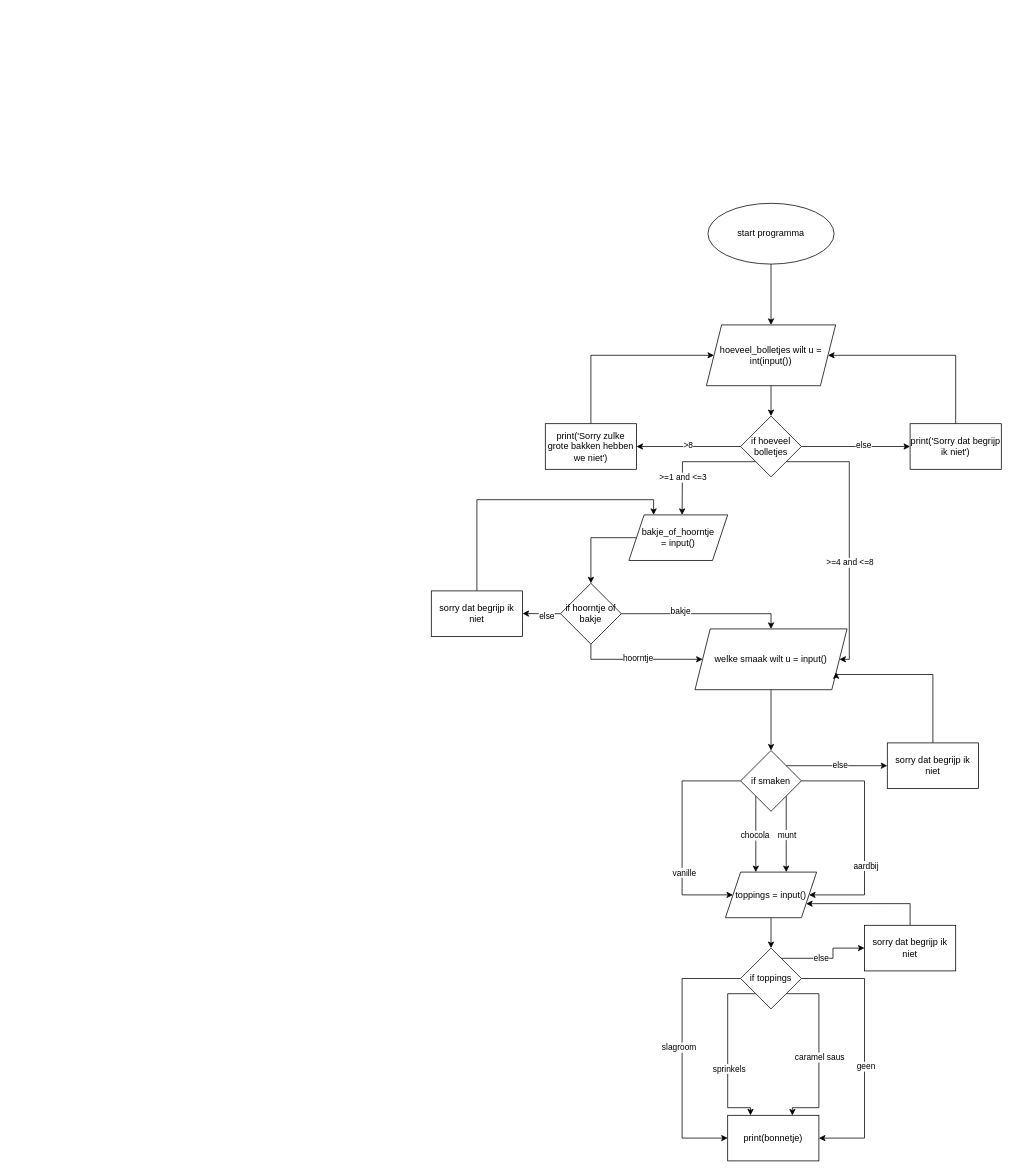
Before: module 3/Proef module 3/Flowchard_proef_module_3.drawio.drawio in Michelkroon-bit/leren-programeren_opdrachten, a draw.io diagram. Source tidied: cells renumbered, new cells numbered last; positions are measured from the earlier drawing's top-left corner, leaving out a move shared by most shapes. Both pictures are drawn from the tidied source at 76%, with x=0, y=0 at pixel (431, 203).
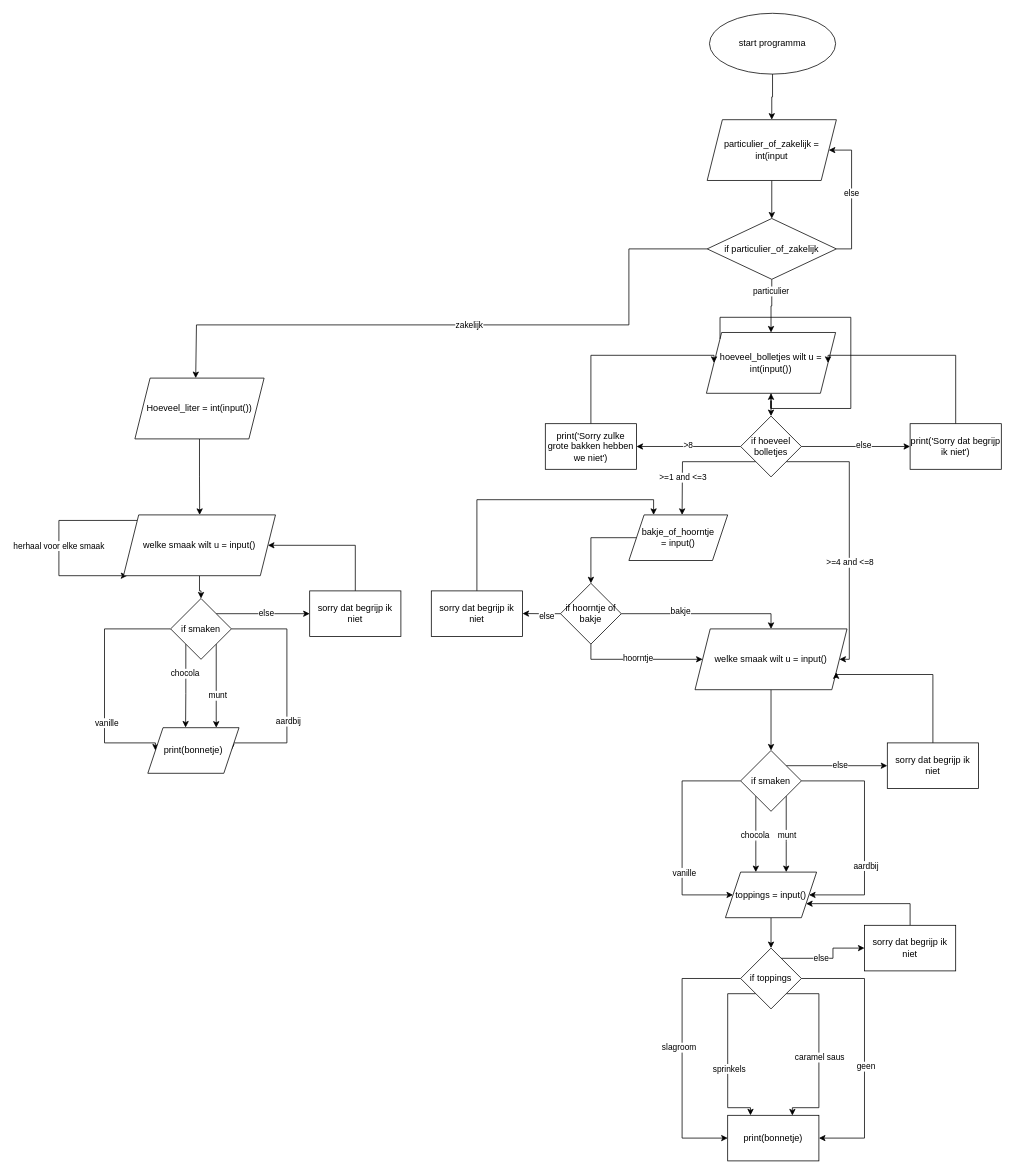
After the change.

Diff of the diagram source:
```diff
@@
-    <mxCell id="2" style="edgeStyle=orthogonalEdgeStyle;rounded=0;jettySize=auto;html=1;exitX=0.5;exitY=1;exitDx=0;exitDy=0;" parent="1" edge="1" source="3" target="5">
-      <mxGeometry relative="1" as="geometry" />
-    </mxCell>
+    <mxCell id="61" style="edgeStyle=orthogonalEdgeStyle;rounded=0;jettySize=auto;html=1;exitX=0.5;exitY=1;exitDx=0;exitDy=0;" parent="1" edge="1" source="3" target="63">
+      <mxGeometry relative="1" as="geometry" />
+    </mxCell>
     <mxCell id="3" value="start programma" style="ellipse;whiteSpace=wrap;html=1;" parent="1" vertex="1">
-      <mxGeometry x="364" width="166" height="80" as="geometry" />
+      <mxGeometry x="366" y="-250" width="166" height="80" as="geometry" />
     </mxCell>
@@
     <mxCell id="5" value="hoeveel_bolletjes wilt u = int(input())" style="shape=parallelogram;perimeter=parallelogramPerimeter;whiteSpace=wrap;html=1;fixedSize=1;" parent="1" vertex="1">
-      <mxGeometry x="362" y="160" width="170" height="80" as="geometry" />
+      <mxGeometry x="362" y="170" width="170" height="80" as="geometry" />
     </mxCell>
@@
+    <mxCell id="62" style="edgeStyle=orthogonalEdgeStyle;rounded=0;jettySize=auto;html=1;" parent="1" edge="1" source="63" target="70">
+      <mxGeometry relative="1" as="geometry" />
+    </mxCell>
+    <mxCell id="63" value="particulier_of_zakelijk = int(input" style="shape=parallelogram;perimeter=parallelogramPerimeter;whiteSpace=wrap;html=1;fixedSize=1;" parent="1" vertex="1">
+      <mxGeometry x="363" y="-110" width="170" height="80" as="geometry" />
+    </mxCell>
+    <mxCell id="64" style="edgeStyle=orthogonalEdgeStyle;rounded=0;jettySize=auto;html=1;" parent="1" edge="1" source="70" target="5">
+      <mxGeometry relative="1" as="geometry" />
+    </mxCell>
+    <mxCell id="65" value="particulier" style="edgeLabel;html=1;align=center;verticalAlign=middle;" parent="64" vertex="1">
+      <mxGeometry x="-0.58" y="-2" relative="1" as="geometry" />
+    </mxCell>
+    <mxCell id="66" style="edgeStyle=orthogonalEdgeStyle;rounded=0;jettySize=auto;html=1;exitX=0;exitY=0.5;exitDx=0;exitDy=0;" parent="1" edge="1" source="70">
+      <mxGeometry relative="1" as="geometry">
+        <mxPoint x="-310" y="230" as="targetPoint" />
+        <Array as="points">
+          <mxPoint x="260" y="60" />
+          <mxPoint x="260" y="160" />
+          <mxPoint x="-309" y="160" />
+          <mxPoint x="-309" y="230" />
+        </Array>
+      </mxGeometry>
+    </mxCell>
+    <mxCell id="67" value="zakelijk" style="edgeLabel;html=1;align=center;verticalAlign=middle;" parent="66" vertex="1">
+      <mxGeometry x="-0.15" y="-4" relative="1" as="geometry">
+        <mxPoint x="-56" y="4" as="offset" />
+      </mxGeometry>
+    </mxCell>
+    <mxCell id="68" style="edgeStyle=orthogonalEdgeStyle;rounded=0;jettySize=auto;html=1;exitX=1;exitY=0.5;exitDx=0;exitDy=0;entryX=1;entryY=0.5;entryDx=0;entryDy=0;" parent="1" edge="1" source="70" target="63">
+      <mxGeometry relative="1" as="geometry">
+        <Array as="points">
+          <mxPoint x="553" y="60" />
+          <mxPoint x="553" y="-70" />
+        </Array>
+      </mxGeometry>
+    </mxCell>
+    <mxCell id="69" value="else" style="edgeLabel;html=1;align=center;verticalAlign=middle;" parent="68" vertex="1">
+      <mxGeometry x="0.04" y="1" relative="1" as="geometry" />
+    </mxCell>
+    <mxCell id="70" value="if particulier_of_zakelijk" style="rhombus;whiteSpace=wrap;html=1;" parent="1" vertex="1">
+      <mxGeometry x="363" y="20" width="170" height="80" as="geometry" />
+    </mxCell>
+    <mxCell id="71" style="edgeStyle=orthogonalEdgeStyle;rounded=0;jettySize=auto;html=1;exitX=0.5;exitY=1;exitDx=0;exitDy=0;" parent="1" edge="1" source="72">
+      <mxGeometry relative="1" as="geometry">
+        <mxPoint x="-304.8" y="410" as="targetPoint" />
+      </mxGeometry>
+    </mxCell>
+    <mxCell id="72" value="Hoeveel_liter = int(input())" style="shape=parallelogram;perimeter=parallelogramPerimeter;whiteSpace=wrap;html=1;fixedSize=1;" parent="1" vertex="1">
+      <mxGeometry x="-390" y="230" width="170" height="80" as="geometry" />
+    </mxCell>
+    <mxCell id="73" style="edgeStyle=orthogonalEdgeStyle;rounded=0;jettySize=auto;html=1;" parent="1" edge="1" source="76" target="87">
+      <mxGeometry relative="1" as="geometry" />
+    </mxCell>
+    <mxCell id="74" style="edgeStyle=orthogonalEdgeStyle;rounded=0;jettySize=auto;html=1;exitX=0;exitY=0;exitDx=0;exitDy=0;" parent="1" edge="1" source="76">
+      <mxGeometry relative="1" as="geometry">
+        <mxPoint x="-400" y="490" as="targetPoint" />
+        <Array as="points">
+          <mxPoint x="-490" y="417" />
+          <mxPoint x="-490" y="490" />
+        </Array>
+      </mxGeometry>
+    </mxCell>
+    <mxCell id="75" value="herhaal voor elke smaak" style="edgeLabel;html=1;align=center;verticalAlign=middle;" parent="74" vertex="1">
+      <mxGeometry x="-0.07" y="-1" relative="1" as="geometry">
+        <mxPoint y="12" as="offset" />
+      </mxGeometry>
+    </mxCell>
+    <mxCell id="76" value="&lt;div&gt;welke smaak wilt u = input()&lt;/div&gt;" style="shape=parallelogram;perimeter=parallelogramPerimeter;whiteSpace=wrap;html=1;fixedSize=1;strokeColor=#000000;" parent="1" vertex="1">
+      <mxGeometry x="-405" y="410" width="200" height="80" as="geometry" />
+    </mxCell>
+    <mxCell id="77" style="edgeStyle=orthogonalEdgeStyle;rounded=0;jettySize=auto;html=1;exitX=1;exitY=0.5;exitDx=0;exitDy=0;entryX=1;entryY=0.5;entryDx=0;entryDy=0;" parent="1" edge="1" source="87" target="88">
+      <mxGeometry relative="1" as="geometry">
+        <Array as="points">
+          <mxPoint x="-190" y="560" />
+          <mxPoint x="-190" y="710" />
+        </Array>
+      </mxGeometry>
+    </mxCell>
+    <mxCell id="78" value="aardbij" style="edgeLabel;html=1;align=center;verticalAlign=middle;" parent="77" vertex="1">
+      <mxGeometry x="0.27" y="1" relative="1" as="geometry" />
+    </mxCell>
+    <mxCell id="79" style="edgeStyle=orthogonalEdgeStyle;rounded=0;jettySize=auto;html=1;exitX=0;exitY=0.5;exitDx=0;exitDy=0;entryX=0;entryY=0.5;entryDx=0;entryDy=0;" parent="1" edge="1" source="87" target="88">
+      <mxGeometry relative="1" as="geometry">
+        <Array as="points">
+          <mxPoint x="-430" y="560" />
+          <mxPoint x="-430" y="710" />
+        </Array>
+      </mxGeometry>
+    </mxCell>
+    <mxCell id="80" value="vanille" style="edgeLabel;html=1;align=center;verticalAlign=middle;" parent="79" vertex="1">
+      <mxGeometry x="0.34" y="2" relative="1" as="geometry" />
+    </mxCell>
+    <mxCell id="81" style="edgeStyle=orthogonalEdgeStyle;rounded=0;jettySize=auto;html=1;exitX=0;exitY=1;exitDx=0;exitDy=0;entryX=0.414;entryY=-0.004;entryDx=0;entryDy=0;entryPerimeter=0;" parent="1" edge="1" source="87" target="88">
+      <mxGeometry relative="1" as="geometry" />
+    </mxCell>
+    <mxCell id="82" value="chocola" style="edgeLabel;html=1;align=center;verticalAlign=middle;" parent="81" vertex="1">
+      <mxGeometry x="-0.13" y="-2" relative="1" as="geometry">
+        <mxPoint y="-10" as="offset" />
+      </mxGeometry>
+    </mxCell>
+    <mxCell id="83" style="edgeStyle=orthogonalEdgeStyle;rounded=0;jettySize=auto;html=1;exitX=1;exitY=0;exitDx=0;exitDy=0;entryX=0;entryY=0.5;entryDx=0;entryDy=0;" parent="1" edge="1" source="87" target="90">
+      <mxGeometry relative="1" as="geometry" />
+    </mxCell>
+    <mxCell id="84" value="else" style="edgeLabel;html=1;align=center;verticalAlign=middle;" parent="83" vertex="1">
+      <mxGeometry x="-0.07" y="1" relative="1" as="geometry">
+        <mxPoint x="8" as="offset" />
+      </mxGeometry>
+    </mxCell>
+    <mxCell id="85" style="edgeStyle=orthogonalEdgeStyle;rounded=0;jettySize=auto;html=1;exitX=1;exitY=1;exitDx=0;exitDy=0;entryX=0.75;entryY=0;entryDx=0;entryDy=0;" parent="1" edge="1" source="87" target="88">
+      <mxGeometry relative="1" as="geometry" />
+    </mxCell>
+    <mxCell id="86" value="munt" style="edgeLabel;html=1;align=center;verticalAlign=middle;" parent="85" vertex="1">
+      <mxGeometry x="0.22" y="1" relative="1" as="geometry" />
+    </mxCell>
+    <mxCell id="87" value="if smaken" style="rhombus;whiteSpace=wrap;html=1;" parent="1" vertex="1">
+      <mxGeometry x="-343" y="520" width="80" height="80" as="geometry" />
+    </mxCell>
+    <mxCell id="88" value="print(bonnetje)" style="shape=parallelogram;perimeter=parallelogramPerimeter;whiteSpace=wrap;html=1;fixedSize=1;" parent="1" vertex="1">
+      <mxGeometry x="-373" y="690" width="120" height="60" as="geometry" />
+    </mxCell>
+    <mxCell id="89" style="edgeStyle=orthogonalEdgeStyle;rounded=0;jettySize=auto;html=1;exitX=0.5;exitY=0;exitDx=0;exitDy=0;entryX=1;entryY=0.5;entryDx=0;entryDy=0;" parent="1" edge="1" source="90" target="76">
+      <mxGeometry relative="1" as="geometry">
+        <Array as="points">
+          <mxPoint x="-100" y="450" />
+        </Array>
+      </mxGeometry>
+    </mxCell>
+    <mxCell id="90" value="sorry dat begrijp ik niet" style="rounded=0;whiteSpace=wrap;html=1;" parent="1" vertex="1">
+      <mxGeometry x="-160" y="510" width="120" height="60" as="geometry" />
+    </mxCell>
+    <mxCell id="91" style="edgeStyle=orthogonalEdgeStyle;rounded=0;orthogonalLoop=1;jettySize=auto;html=1;exitX=0;exitY=0;exitDx=0;exitDy=0;" parent="1" edge="1" source="5" target="5">
+      <mxGeometry relative="1" as="geometry" />
+    </mxCell>
```
